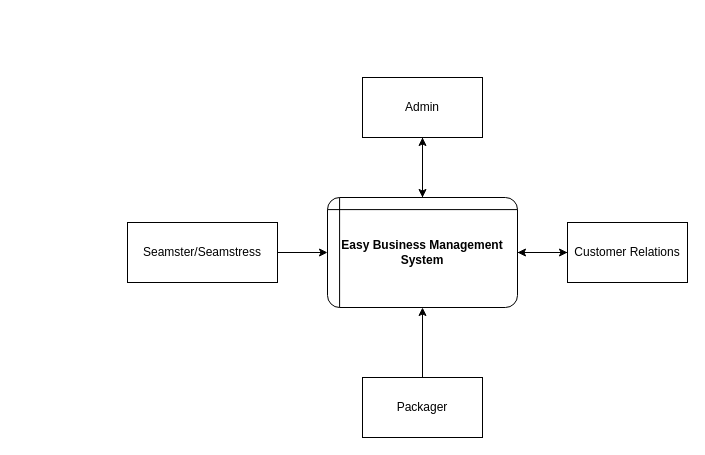
Before: page "Level 0 DFD" (1 of 6) of DFD DIAGRAMS.drawio in BryanFabellore/Team_SPOTLIGHT, a draw.io diagram. Source tidied: cells renumbered, new cells numbered last; positions are measured from the earlier drawing's top-left corner, leaving out a move shared by most shapes. Both pictures are drawn from the tidied source at 100%, with x=0, y=0 at pixel (127, 77).
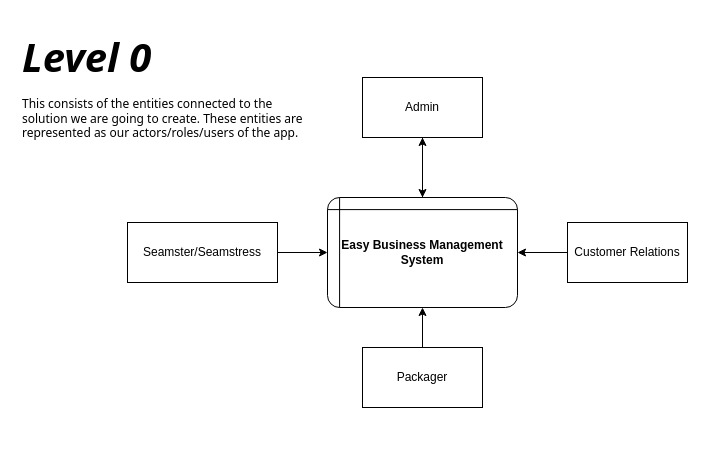
After the change.

Diff of the diagram source:
```diff
@@
 <mxGraphModel>
   <root>
     <mxCell id="0" />
     <mxCell id="1" parent="0" />
-    <mxCell id="2" style="edgeStyle=orthogonalEdgeStyle;rounded=1;jettySize=auto;html=1;entryX=0;entryY=0.5;entryDx=0;entryDy=0;fontFamily=Helvetica;fontSize=12;fontColor=default;" parent="1" edge="1" source="4" target="10">
-      <mxGeometry relative="1" as="geometry" />
-    </mxCell>
     <mxCell id="3" style="edgeStyle=orthogonalEdgeStyle;rounded=1;jettySize=auto;html=1;fontFamily=Helvetica;fontSize=12;fontColor=default;" parent="1" edge="1" source="4" target="6">
       <mxGeometry relative="1" as="geometry" />
     </mxCell>
     <mxCell id="4" value="&lt;b&gt;Easy Business Management System&lt;/b&gt;" style="shape=internalStorage;whiteSpace=wrap;html=1;backgroundOutline=1;rounded=1;dx=10;dy=10;arcSize=11;" parent="1" vertex="1">
       <mxGeometry x="200" y="120" width="190" height="110" as="geometry" />
     </mxCell>
     <mxCell id="5" style="edgeStyle=orthogonalEdgeStyle;rounded=1;jettySize=auto;html=1;fontFamily=Helvetica;fontSize=12;fontColor=default;" parent="1" edge="1" source="6" target="4">
       <mxGeometry relative="1" as="geometry" />
     </mxCell>
     <mxCell id="6" value="Admin" style="rounded=0;whiteSpace=wrap;html=1;strokeColor=default;fontFamily=Helvetica;fontSize=12;fontColor=default;fillColor=#FFFFFF;" parent="1" vertex="1">
       <mxGeometry x="235" width="120" height="60" as="geometry" />
     </mxCell>
     <mxCell id="7" style="edgeStyle=orthogonalEdgeStyle;rounded=1;jettySize=auto;html=1;entryX=0;entryY=0.5;entryDx=0;entryDy=0;fontFamily=Helvetica;fontSize=12;fontColor=default;" parent="1" edge="1" source="8" target="4">
       <mxGeometry relative="1" as="geometry" />
     </mxCell>
     <mxCell id="8" value="Seamster/Seamstress" style="rounded=0;whiteSpace=wrap;html=1;strokeColor=default;fontFamily=Helvetica;fontSize=12;fontColor=default;fillColor=#FFFFFF;" parent="1" vertex="1">
       <mxGeometry y="145" width="150" height="60" as="geometry" />
     </mxCell>
-    <mxCell id="9" style="edgeStyle=orthogonalEdgeStyle;rounded=1;jettySize=auto;html=1;entryX=1;entryY=0.5;entryDx=0;entryDy=0;fontFamily=Helvetica;fontSize=12;fontColor=default;" parent="1" edge="1" source="10" target="4">
+    <mxCell id="9" style="edgeStyle=orthogonalEdgeStyle;rounded=0;jettySize=auto;html=1;entryX=1;entryY=0.5;entryDx=0;entryDy=0;" parent="1" edge="1" source="10" target="4">
       <mxGeometry relative="1" as="geometry" />
     </mxCell>
     <mxCell id="10" value="Customer Relations" style="rounded=0;whiteSpace=wrap;html=1;strokeColor=default;fontFamily=Helvetica;fontSize=12;fontColor=default;fillColor=#FFFFFF;" parent="1" vertex="1">
       <mxGeometry x="440" y="145" width="120" height="60" as="geometry" />
     </mxCell>
     <mxCell id="11" style="edgeStyle=orthogonalEdgeStyle;rounded=1;jettySize=auto;html=1;entryX=0.5;entryY=1;entryDx=0;entryDy=0;fontFamily=Helvetica;fontSize=12;fontColor=default;" parent="1" edge="1" source="12" target="4">
       <mxGeometry relative="1" as="geometry" />
     </mxCell>
     <mxCell id="12" value="Packager" style="rounded=0;whiteSpace=wrap;html=1;strokeColor=default;fontFamily=Helvetica;fontSize=12;fontColor=default;fillColor=#FFFFFF;" parent="1" vertex="1">
-      <mxGeometry x="235" y="300" width="120" height="60" as="geometry" />
+      <mxGeometry x="235" y="270" width="120" height="60" as="geometry" />
     </mxCell>
+    <mxCell id="13" value="&lt;h1&gt;&lt;i&gt;&lt;font face=&quot;Tahoma&quot; style=&quot;font-size: 40px;&quot;&gt;Level 0&lt;/font&gt;&lt;/i&gt;&lt;/h1&gt;&lt;p&gt;&lt;font face=&quot;Tahoma&quot;&gt;This consists of the entities connected to the solution we are going to create. These entities are represented as our actors/roles/users of the app.&amp;nbsp;&lt;/font&gt;&lt;/p&gt;" style="text;html=1;strokeColor=none;fillColor=none;spacing=5;spacingTop=-20;whiteSpace=wrap;overflow=hidden;rounded=0;" parent="1" vertex="1">
+      <mxGeometry x="-110" y="-50" width="290" height="130" as="geometry" />
+    </mxCell>
   </root>
 </mxGraphModel>
```
